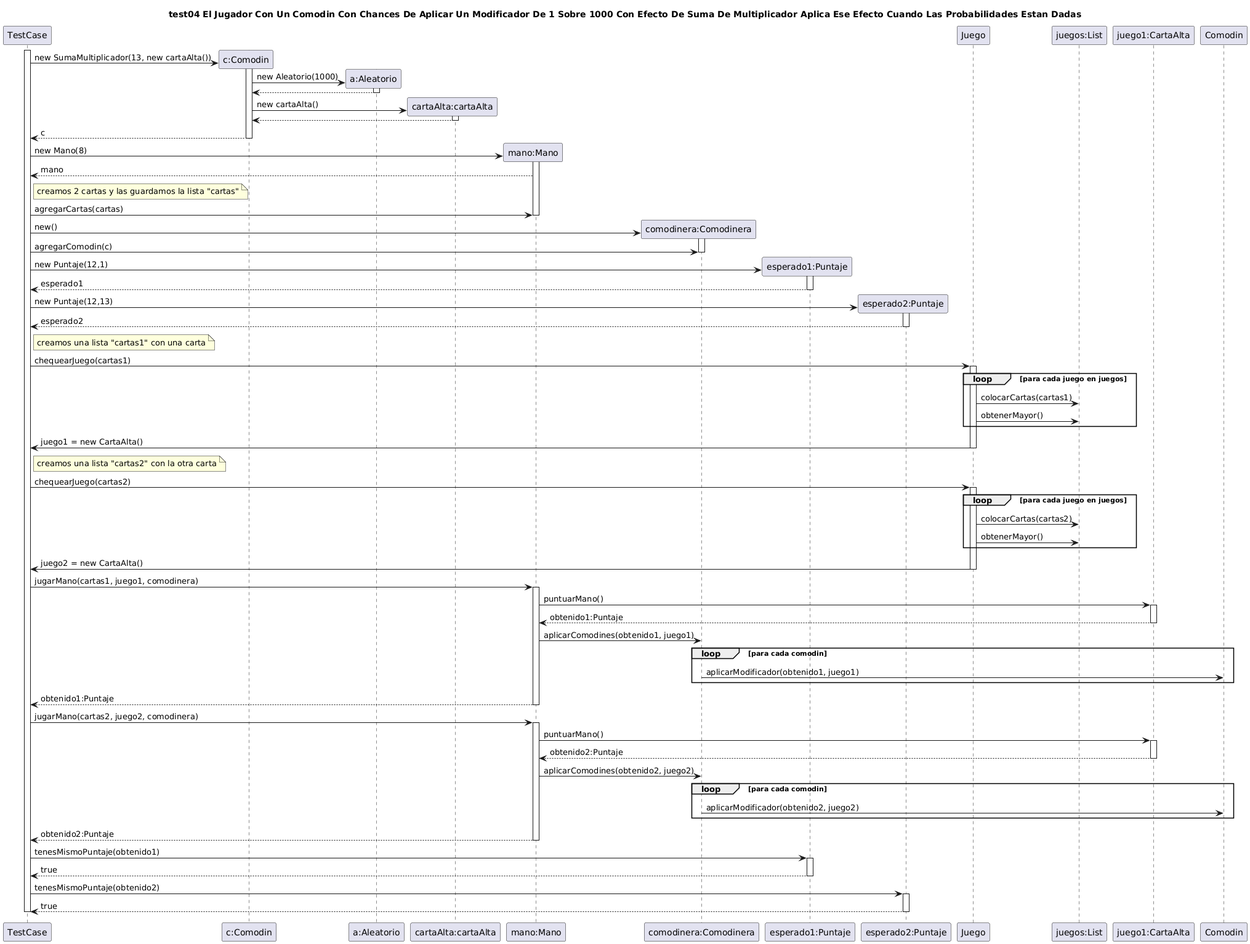
This is diagrams/sequences/casoDeUso4.png from facukresta/g06-tp2-2c-2024, a PlantUML export, as it was before one commit. Its source is kept beside it as diagrams/sequences/casoDeUso4.puml.
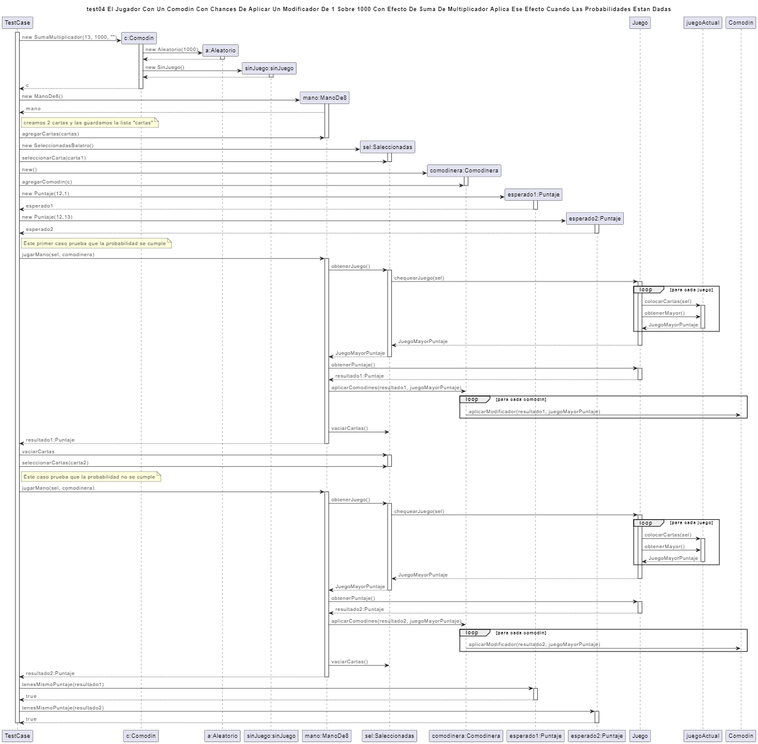
Later version of the same file.

What changed in the source:
```diff
@@ -6,27 +6,32 @@
 
 activate TestCase
 
-TestCase -> "c:Comodin" as comodin **: new SumaMultiplicador(13, new cartaAlta())
+TestCase -> "c:Comodin" as comodin **: new SumaMultiplicador(13, 1000, "")
 
 activate comodin
 comodin -> "a:Aleatorio" as aleatorio **: new Aleatorio(1000)
 activate aleatorio
 comodin <-- aleatorio
 deactivate aleatorio
-comodin -> "cartaAlta:cartaAlta" as cartaAlta ** : new cartaAlta()
-activate cartaAlta
-comodin <-- cartaAlta
-deactivate cartaAlta
+comodin -> "sinJuego:sinJuego" as sinJuego ** : new SinJuego()
+activate sinJuego
+comodin <-- sinJuego
+deactivate sinJuego
 TestCase <-- comodin : c
 deactivate comodin
 
 
-TestCase -> "mano:Mano" as mano **: new Mano(8)
+TestCase -> "mano:ManoDe8" as mano **: new ManoDe8()
 activate mano
 TestCase <-- mano : mano
 note right of TestCase: creamos 2 cartas y las guardamos la lista "cartas"
 TestCase -> mano : agregarCartas(cartas)
 deactivate mano
+
+TestCase -> "sel:Saleccionadas" as sel ** : new SeleccionadasBalatro()
+activate sel
+TestCase -> sel : seleccionarCarta(carta1)
+deactivate sel
 
 TestCase -> "comodinera:Comodinera" as comodinera **: new()
 activate comodinera
@@ -38,67 +43,96 @@
 TestCase <-- esperado1 : esperado1
 deactivate esperado1
 
-
 TestCase -> "esperado2:Puntaje" as esperado2 **: new Puntaje(12,13)
 activate esperado2
 TestCase <-- esperado2 : esperado2
 deactivate esperado2
 
-note right of TestCase: creamos una lista "cartas1" con una carta
-TestCase -> "Juego" as juego : chequearJuego(cartas1)
-activate juego
-loop para cada juego en juegos
-juego -> "juegos:List" as juegos : colocarCartas(cartas1)
-juego -> juegos: obtenerMayor()
+note right of TestCase: Este primer caso prueba que la probabilidad se cumple
+TestCase -> mano : jugarMano(sel, comodinera)
+activate mano
+mano -> sel : obtenerJuego()
+activate sel
+sel -> "Juego" : chequearJuego(sel)
+activate Juego
+
+loop para cada juego
+Juego -> juegoActual : colocarCartas(sel)
+activate juegoActual
+Juego -> juegoActual : obtenerMayor()
+Juego <-- juegoActual : JuegoMayorPuntaje
+deactivate juegoActual
 end
-TestCase <- juego : juego1 = new CartaAlta()
-deactivate juego
 
-note right of TestCase: creamos una lista "cartas2" con la otra carta
-TestCase -> "Juego" as juego : chequearJuego(cartas2)
-activate juego
-loop para cada juego en juegos
-juego -> "juegos:List" as juegos : colocarCartas(cartas2)
-juego -> juegos: obtenerMayor()
+sel <-- Juego : JuegoMayorPuntaje
+deactivate Juego
+
+mano <-- sel : JuegoMayorPuntaje
+deactivate sel
+
+mano -> Juego : obtenerPuntaje()
+activate Juego
+mano <-- Juego : resultado1:Puntaje
+deactivate Juego
+
+mano -> comodinera : aplicarComodines(resultado1, juegoMayorPuntaje)
+loop para cada comodin
+comodinera -> "Comodin" : aplicarModificador(resultado1, juegoMayorPuntaje)
 end
-TestCase <- juego : juego2 = new CartaAlta()
-deactivate juego
 
+mano -> sel: vaciarCartas()
 
-TestCase -> mano : jugarMano(cartas1, juego1, comodinera)
-activate mano
-mano -> "juego1:CartaAlta" as mejor:  puntuarMano()
-
-activate mejor
-mano <-- mejor : obtenido1:Puntaje
-deactivate mejor
-mano -> comodinera : aplicarComodines(obtenido1, juego1)
-loop para cada comodin
-comodinera -> "Comodin" : aplicarModificador(obtenido1, juego1)
-end
-TestCase <-- mano : obtenido1:Puntaje
+TestCase <-- mano : resultado1:Puntaje
 deactivate mano
 
-TestCase -> mano : jugarMano(cartas2, juego2, comodinera)
+TestCase -> sel : vaciarCartas
+activate sel
+TestCase -> sel : seleccionarCartas(carta2)
+deactivate sel
+
+note right of TestCase: Este caso prueba que la probabilidad no se cumple
+TestCase -> mano : jugarMano(sel, comodinera)
 activate mano
-mano -> "juego2:CartaAlta" as mejor:  puntuarMano()
+mano -> sel : obtenerJuego()
+activate sel
+sel -> "Juego" : chequearJuego(sel)
+activate Juego
 
-activate mejor
-mano <-- mejor : obtenido2:Puntaje
-deactivate mejor
-mano -> comodinera : aplicarComodines(obtenido2, juego2)
+loop para cada juego
+Juego -> juegoActual : colocarCartas(sel)
+activate juegoActual
+Juego -> juegoActual : obtenerMayor()
+Juego <-- juegoActual : JuegoMayorPuntaje
+deactivate juegoActual
+end
+
+sel <-- Juego : JuegoMayorPuntaje
+deactivate Juego
+
+mano <-- sel : JuegoMayorPuntaje
+deactivate sel
+
+mano -> Juego : obtenerPuntaje()
+activate Juego
+mano <-- Juego : resultado2:Puntaje
+deactivate Juego
+
+mano -> comodinera : aplicarComodines(resultado2, juegoMayorPuntaje)
 loop para cada comodin
-comodinera -> "Comodin" : aplicarModificador(obtenido2, juego2)
+comodinera -> "Comodin" : aplicarModificador(resultado2, juegoMayorPuntaje)
 end
-TestCase <-- mano : obtenido2:Puntaje
+
+mano -> sel: vaciarCartas()
+
+TestCase <-- mano : resultado2:Puntaje
 deactivate mano
 
-TestCase -> esperado1 : tenesMismoPuntaje(obtenido1)
+TestCase -> esperado1 : tenesMismoPuntaje(resultado1)
 activate esperado1
 TestCase <-- esperado1 : true
 deactivate esperado1
 
-TestCase -> esperado2 : tenesMismoPuntaje(obtenido2)
+TestCase -> esperado2 : tenesMismoPuntaje(resultado2)
 activate esperado2
 TestCase <-- esperado2 : true
 deactivate esperado2
```
